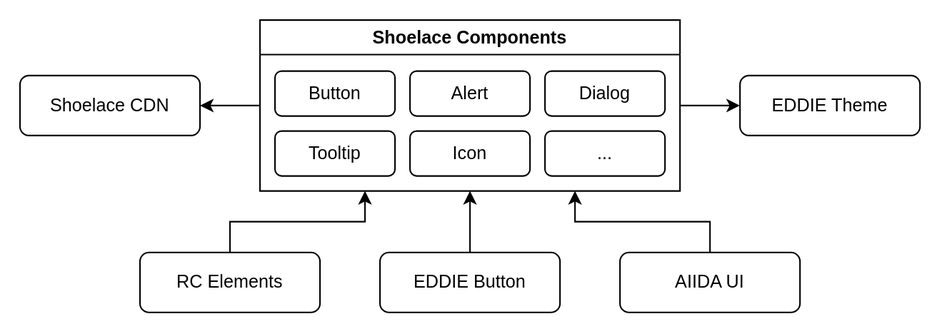
Before: arc42/crosscutting-concepts/figures/shoelace.drawio.svg, a diagram exported from draw.io (eddie-energy/architecture). Source tidied: cells renumbered, new cells last; positions are measured from the earlier drawing's top-left corner, leaving out a move shared by most shapes.
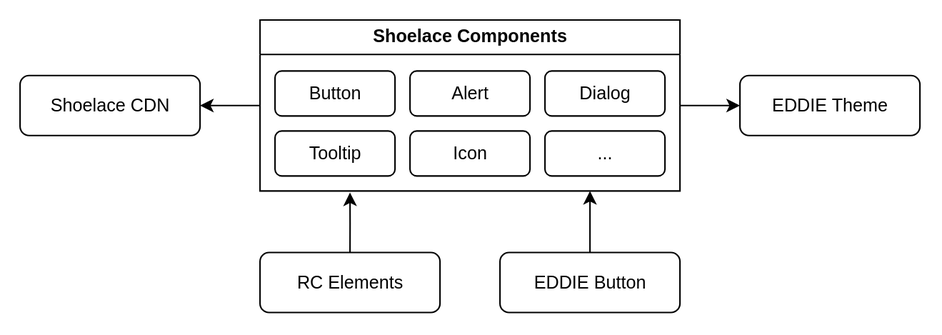
After the change.

Commit message:
Remove AIIDA UI from Shoelace diagram

Change to the diagram source:
```diff
@@ -5,23 +5,21 @@
     <mxCell id="2" value="Shoelace CDN" style="rounded=1;whiteSpace=wrap;html=1;fillColor=none;strokeColor=light-dark(#000000,#FFFFFF);" parent="1" vertex="1">
       <mxGeometry y="37" width="120" height="40" as="geometry" />
     </mxCell>
-    <mxCell id="3" style="edgeStyle=orthogonalEdgeStyle;rounded=0;jettySize=auto;html=1;exitX=0.5;exitY=0;exitDx=0;exitDy=0;entryX=0.75;entryY=1;entryDx=0;entryDy=0;fillColor=none;strokeColor=light-dark(#000000,#FFFFFF);" parent="1" edge="1" source="4" target="11">
-      <mxGeometry relative="1" as="geometry" />
-    </mxCell>
-    <mxCell id="4" value="AIIDA UI" style="rounded=1;whiteSpace=wrap;html=1;fillColor=none;strokeColor=light-dark(#000000,#FFFFFF);" parent="1" vertex="1">
-      <mxGeometry x="400" y="155" width="120" height="40" as="geometry" />
-    </mxCell>
-    <mxCell id="5" style="edgeStyle=orthogonalEdgeStyle;rounded=0;jettySize=auto;html=1;exitX=0.5;exitY=0;exitDx=0;exitDy=0;entryX=0.5;entryY=1;entryDx=0;entryDy=0;fillColor=none;strokeColor=light-dark(#000000,#FFFFFF);" parent="1" edge="1" source="6" target="11">
-      <mxGeometry relative="1" as="geometry" />
+    <mxCell id="5" style="edgeStyle=orthogonalEdgeStyle;rounded=0;jettySize=auto;html=1;exitX=0.5;exitY=0;exitDx=0;exitDy=0;fillColor=none;strokeColor=light-dark(#000000,#FFFFFF);" parent="1" edge="1" source="6">
+      <mxGeometry relative="1" as="geometry">
+        <mxPoint x="380" y="114" as="targetPoint" />
+      </mxGeometry>
     </mxCell>
     <mxCell id="6" value="EDDIE Button" style="rounded=1;whiteSpace=wrap;html=1;fillColor=none;strokeColor=light-dark(#000000,#FFFFFF);" parent="1" vertex="1">
-      <mxGeometry x="240" y="155" width="120" height="40" as="geometry" />
+      <mxGeometry x="320" y="155" width="120" height="40" as="geometry" />
     </mxCell>
-    <mxCell id="7" style="edgeStyle=orthogonalEdgeStyle;rounded=0;jettySize=auto;html=1;exitX=0.5;exitY=0;exitDx=0;exitDy=0;entryX=0.25;entryY=1;entryDx=0;entryDy=0;fillColor=none;strokeColor=light-dark(#000000,#FFFFFF);" parent="1" edge="1" source="8" target="11">
-      <mxGeometry relative="1" as="geometry" />
+    <mxCell id="7" style="edgeStyle=orthogonalEdgeStyle;rounded=0;jettySize=auto;html=1;exitX=0.5;exitY=0;exitDx=0;exitDy=0;fillColor=none;strokeColor=light-dark(#000000,#FFFFFF);" parent="1" edge="1" source="8">
+      <mxGeometry relative="1" as="geometry">
+        <mxPoint x="220" y="115" as="targetPoint" />
+      </mxGeometry>
     </mxCell>
     <mxCell id="8" value="RC Elements" style="rounded=1;whiteSpace=wrap;html=1;fillColor=none;strokeColor=light-dark(#000000,#FFFFFF);" parent="1" vertex="1">
-      <mxGeometry x="80" y="155" width="120" height="40" as="geometry" />
+      <mxGeometry x="160" y="155" width="120" height="40" as="geometry" />
     </mxCell>
     <mxCell id="9" style="edgeStyle=orthogonalEdgeStyle;rounded=0;jettySize=auto;html=1;exitX=0;exitY=0.5;exitDx=0;exitDy=0;fillColor=none;strokeColor=light-dark(#000000,#FFFFFF);" parent="1" edge="1" source="11" target="2">
       <mxGeometry relative="1" as="geometry" />
```
